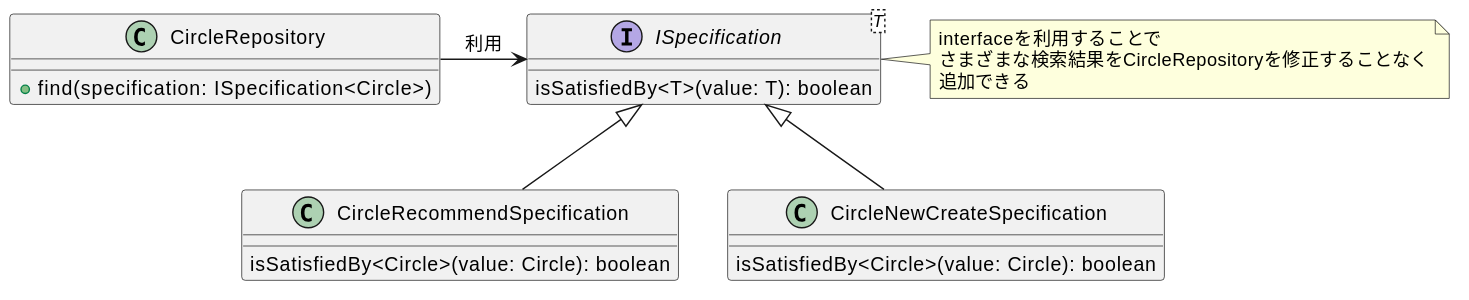
Earlier version of the PlantUML export diagrams/ch13-specification.svg (Yuki-TU/ddd). Its diagram source:
```plantuml
@startuml
interface ISpecification<T>{
  isSatisfiedBy<T>(value: T): boolean
}
note right
interfaceを利用することで
さまざまな検索結果をCircleRepositoryを修正することなく
追加できる
endnote
class CircleRecommendSpecification {
  isSatisfiedBy<Circle>(value: Circle): boolean
}
class CircleNewCreateSpecification{
  isSatisfiedBy<Circle>(value: Circle): boolean
}
class CircleRepository {
  + find(specification: ISpecification<Circle>)
}
ISpecification <|-- CircleRecommendSpecification
ISpecification <|-- CircleNewCreateSpecification
CircleRepository -> ISpecification: 利用
@enduml
```
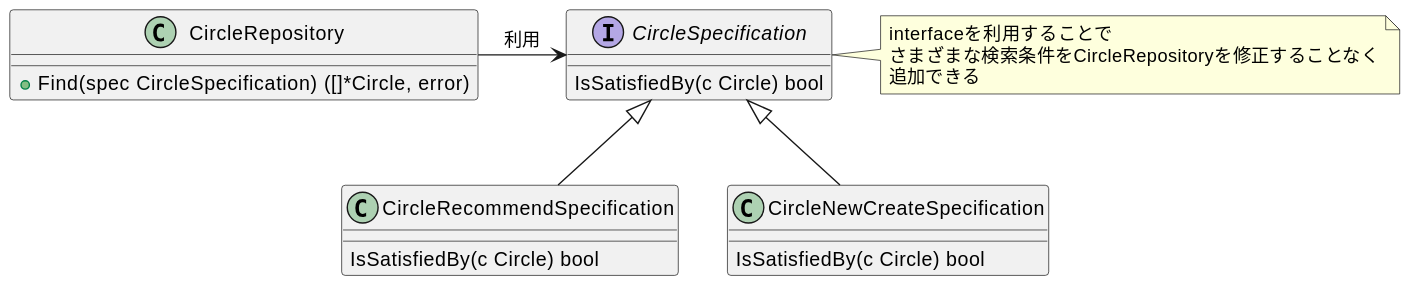
Later version of the same file.

What changed in the source:
```diff
@@ -1,22 +1,22 @@
 @startuml
-interface ISpecification<T>{
-  isSatisfiedBy<T>(value: T): boolean
+interface CircleSpecification {
+  IsSatisfiedBy(c Circle) bool
 }
 note right
 interfaceを利用することで
-さまざまな検索結果をCircleRepositoryを修正することなく
+さまざまな検索条件をCircleRepositoryを修正することなく
 追加できる
 endnote
 class CircleRecommendSpecification {
-  isSatisfiedBy<Circle>(value: Circle): boolean
+  IsSatisfiedBy(c Circle) bool
 }
-class CircleNewCreateSpecification{
-  isSatisfiedBy<Circle>(value: Circle): boolean
+class CircleNewCreateSpecification {
+  IsSatisfiedBy(c Circle) bool
 }
 class CircleRepository {
-  + find(specification: ISpecification<Circle>)
+  + Find(spec CircleSpecification) ([]*Circle, error)
 }
-ISpecification <|-- CircleRecommendSpecification
-ISpecification <|-- CircleNewCreateSpecification
-CircleRepository -> ISpecification: 利用
+CircleSpecification <|-- CircleRecommendSpecification
+CircleSpecification <|-- CircleNewCreateSpecification
+CircleRepository -> CircleSpecification: 利用
 @enduml
```
